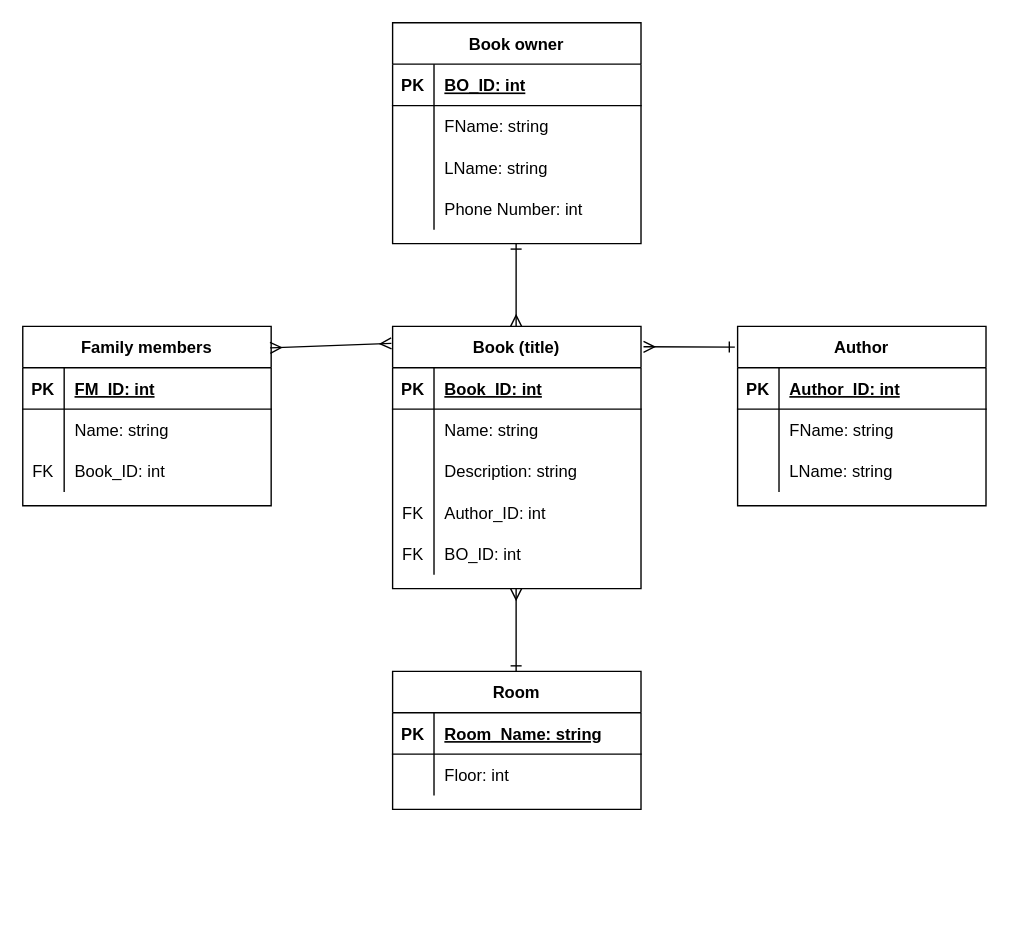
Above: page "Step 3 - UML" (3 of 4) of exercise1.drawio in KateKatze/07.03_SQL (draw.io), before the change. Source tidied: cells renumbered, new cells numbered last; positions are measured from the earlier drawing's top-left corner, leaving out a move shared by most shapes. Both pictures are drawn from the tidied source at 138%, with x=0, y=0 at pixel (22, 22).
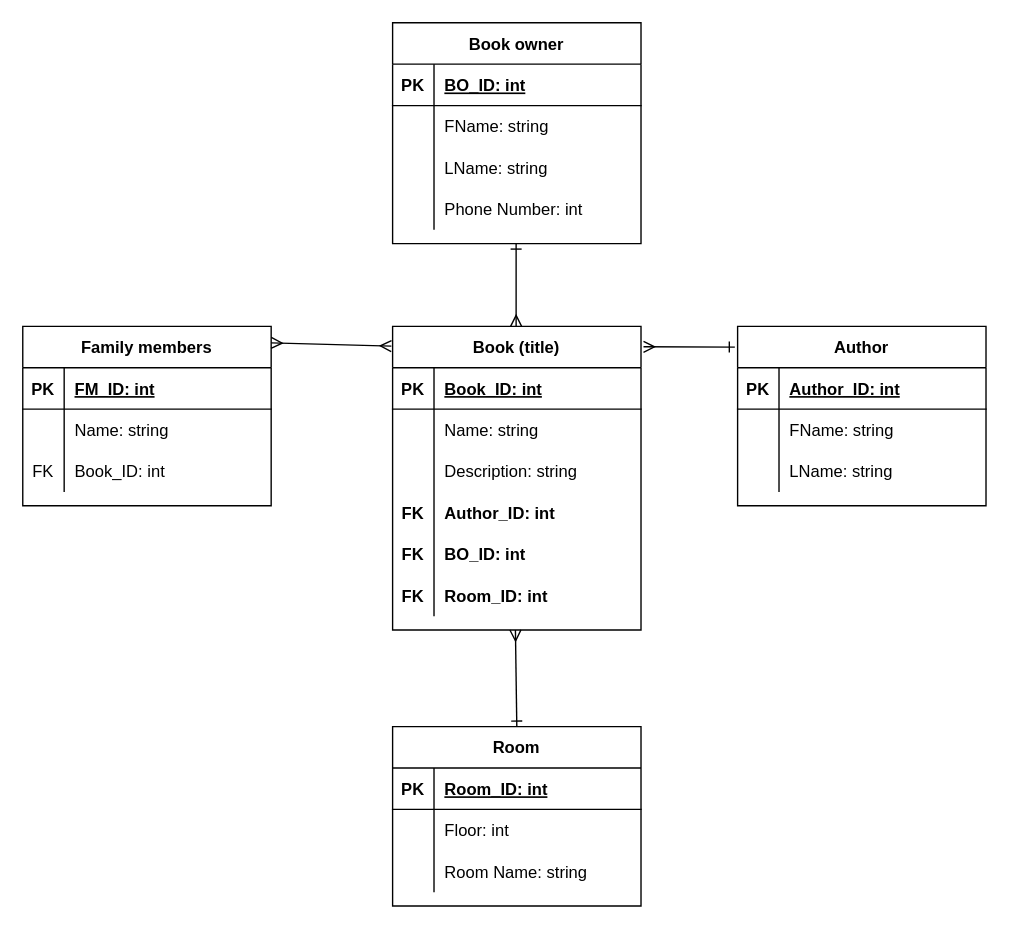
The same diagram, later.

Unchanged cells that the change refers to:
```xml
<mxCell id="12" style="shape=partialRectangle;fillColor=none;top=0;left=0;bottom=0;right=0;" parent="2" vertex="1">
  <mxGeometry y="120" width="180" height="30" as="geometry" />
</mxCell>
<mxCell id="15" style="shape=partialRectangle;fillColor=none;top=0;left=0;bottom=0;right=0;" parent="2" vertex="1">
  <mxGeometry y="150" width="180" height="30" as="geometry" />
</mxCell>
<mxCell id="43" value="Family members" style="shape=table;startSize=30;childLayout=tableLayout;rowLines=0;fontStyle=1;align=center;" parent="1" vertex="1">
  <mxGeometry y="220" width="180" height="130" as="geometry" />
</mxCell>
<mxCell id="55" style="shape=partialRectangle;fillColor=none;top=0;left=0;bottom=1;right=0;" parent="54" vertex="1">
  <mxGeometry y="30" width="180" height="30" as="geometry" />
</mxCell>
<mxCell id="58" style="shape=partialRectangle;fillColor=none;top=0;left=0;bottom=0;right=0;" parent="54" vertex="1">
  <mxGeometry y="60" width="180" height="30" as="geometry" />
</mxCell>
```

Diff of the diagram source:
```diff
@@
     <mxCell id="2" value="Book (title)" style="shape=table;startSize=30;childLayout=tableLayout;rowLines=0;fontStyle=1;align=center;" parent="1" vertex="1">
-      <mxGeometry x="268" y="220" width="180" height="190" as="geometry" />
+      <mxGeometry x="268" y="220" width="180" height="220" as="geometry" />
     </mxCell>
@@
-    <mxCell id="13" value="FK" style="shape=partialRectangle;fillColor=none;top=0;left=0;bottom=0;right=0;overflow=hidden;" parent="12" vertex="1">
+    <mxCell id="13" value="FK" style="shape=partialRectangle;fillColor=none;top=0;left=0;bottom=0;right=0;overflow=hidden;fontStyle=1;" parent="12" vertex="1">
       <mxGeometry width="30" height="30" as="geometry" />
     </mxCell>
-    <mxCell id="14" value="Author_ID: int" style="shape=partialRectangle;fillColor=none;top=0;left=0;bottom=0;right=0;align=left;spacingLeft=6;overflow=hidden;" parent="12" vertex="1">
+    <mxCell id="14" value="Author_ID: int" style="shape=partialRectangle;fillColor=none;top=0;left=0;bottom=0;right=0;align=left;spacingLeft=6;overflow=hidden;fontStyle=1;" parent="12" vertex="1">
       <mxGeometry x="30" width="150" height="30" as="geometry" />
     </mxCell>
@@
-    <mxCell id="16" value="FK" style="shape=partialRectangle;fillColor=none;top=0;left=0;bottom=0;right=0;overflow=hidden;" parent="15" vertex="1">
+    <mxCell id="16" value="FK" style="shape=partialRectangle;fillColor=none;top=0;left=0;bottom=0;right=0;overflow=hidden;fontStyle=1;" parent="15" vertex="1">
       <mxGeometry width="30" height="30" as="geometry" />
     </mxCell>
-    <mxCell id="17" value="BO_ID: int" style="shape=partialRectangle;fillColor=none;top=0;left=0;bottom=0;right=0;align=left;spacingLeft=6;overflow=hidden;" parent="15" vertex="1">
+    <mxCell id="17" value="BO_ID: int" style="shape=partialRectangle;fillColor=none;top=0;left=0;bottom=0;right=0;align=left;spacingLeft=6;overflow=hidden;fontStyle=1;" parent="15" vertex="1">
       <mxGeometry x="30" width="150" height="30" as="geometry" />
     </mxCell>
+    <mxCell id="62" style="shape=partialRectangle;fillColor=none;top=0;left=0;bottom=0;right=0;" parent="2" vertex="1">
+      <mxGeometry y="180" width="180" height="30" as="geometry" />
+    </mxCell>
+    <mxCell id="63" value="FK" style="shape=partialRectangle;fillColor=none;top=0;left=0;bottom=0;right=0;overflow=hidden;fontStyle=1;" parent="62" vertex="1">
+      <mxGeometry width="30" height="30" as="geometry" />
+    </mxCell>
+    <mxCell id="64" value="Room_ID: int" style="shape=partialRectangle;fillColor=none;top=0;left=0;bottom=0;right=0;align=left;spacingLeft=6;overflow=hidden;fontStyle=1;" parent="62" vertex="1">
+      <mxGeometry x="30" width="150" height="30" as="geometry" />
+    </mxCell>
@@
-    <mxCell id="53" style="edgeStyle=none;html=1;startArrow=ERmany;startFill=0;endArrow=ERmany;endFill=0;exitX=0.996;exitY=0.12;exitDx=0;exitDy=0;exitPerimeter=0;entryX=-0.005;entryY=0.065;entryDx=0;entryDy=0;entryPerimeter=0;" parent="1" edge="1" source="43" target="2">
-      <mxGeometry relative="1" as="geometry" />
+    <mxCell id="53" style="edgeStyle=none;html=1;startArrow=ERmany;startFill=0;endArrow=ERmany;endFill=0;entryX=-0.005;entryY=0.065;entryDx=0;entryDy=0;entryPerimeter=0;" parent="1" edge="1" target="2">
+      <mxGeometry relative="1" as="geometry">
+        <mxPoint x="180" y="232" as="sourcePoint" />
+      </mxGeometry>
     </mxCell>
+    <mxCell id="61" style="edgeStyle=none;html=1;startArrow=ERone;startFill=0;endArrow=ERmany;endFill=0;exitX=0.5;exitY=0;exitDx=0;exitDy=0;" parent="1" edge="1" source="54">
+      <mxGeometry relative="1" as="geometry">
+        <mxPoint x="357" y="440" as="targetPoint" />
+      </mxGeometry>
+    </mxCell>
     <mxCell id="54" value="Room" style="shape=table;startSize=30;childLayout=tableLayout;rowLines=0;fontStyle=1;align=center;" parent="1" vertex="1">
-      <mxGeometry x="268" y="470" width="180" height="100" as="geometry" />
+      <mxGeometry x="268" y="510" width="180" height="130" as="geometry" />
     </mxCell>
@@
-    <mxCell id="57" value="Room_Name: string" style="shape=partialRectangle;fillColor=none;top=0;left=0;bottom=0;right=0;align=left;spacingLeft=6;fontStyle=5;overflow=hidden;" parent="55" vertex="1">
-      <mxGeometry x="30" width="150" height="30" as="geometry" />
-    </mxCell>
+    <mxCell id="65" value="Room_ID: int" style="shape=partialRectangle;fillColor=none;top=0;left=0;bottom=0;right=0;align=left;spacingLeft=6;fontStyle=5;overflow=hidden;" parent="55" vertex="1">
+      <mxGeometry x="30" width="150" height="30" as="geometry" />
+    </mxCell>
@@
-    <mxCell id="59" style="shape=partialRectangle;fillColor=none;top=0;left=0;bottom=0;right=0;overflow=hidden;" parent="58" vertex="1">
-      <mxGeometry width="30" height="30" as="geometry" />
-    </mxCell>
+    <mxCell id="66" style="shape=partialRectangle;fillColor=none;top=0;left=0;bottom=0;right=0;overflow=hidden;" parent="58" vertex="1">
+      <mxGeometry width="30" height="30" as="geometry" />
+    </mxCell>
@@
-    <mxCell id="61" style="edgeStyle=none;html=1;startArrow=ERone;startFill=0;endArrow=ERmany;endFill=0;" parent="1" edge="1">
-      <mxGeometry relative="1" as="geometry">
-        <mxPoint x="357.5" y="470" as="sourcePoint" />
-        <mxPoint x="357.5" y="410" as="targetPoint" />
-      </mxGeometry>
-    </mxCell>
+    <mxCell id="67" style="shape=partialRectangle;fillColor=none;top=0;left=0;bottom=0;right=0;" parent="54" vertex="1">
+      <mxGeometry y="90" width="180" height="30" as="geometry" />
+    </mxCell>
+    <mxCell id="68" style="shape=partialRectangle;fillColor=none;top=0;left=0;bottom=0;right=0;overflow=hidden;" parent="67" vertex="1">
+      <mxGeometry width="30" height="30" as="geometry" />
+    </mxCell>
+    <mxCell id="69" value="Room Name: string" style="shape=partialRectangle;fillColor=none;top=0;left=0;bottom=0;right=0;align=left;spacingLeft=6;overflow=hidden;" parent="67" vertex="1">
+      <mxGeometry x="30" width="150" height="30" as="geometry" />
+    </mxCell>
```
